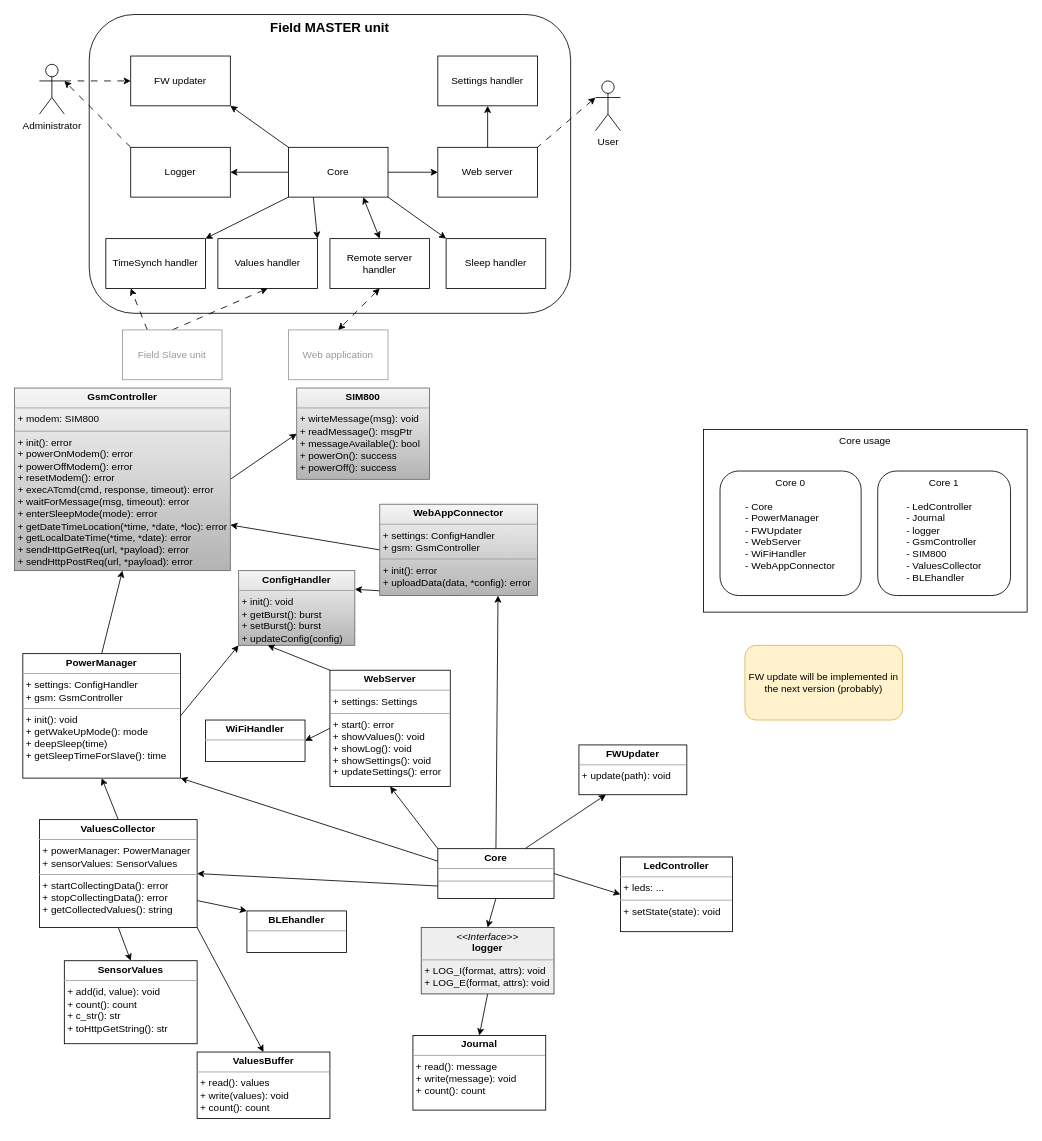
This is page "Master unit" (7 of 7) of docs/Apiary_charts_and_views.drawio from Barabas19/Apiary_system, a draw.io file, before an edit. Source tidied: cells renumbered, new cells numbered last; positions are measured from the earlier drawing's top-left corner, leaving out a move shared by most shapes. Both pictures are drawn from the tidied source at 83%, with x=0, y=0 at pixel (14, 14).
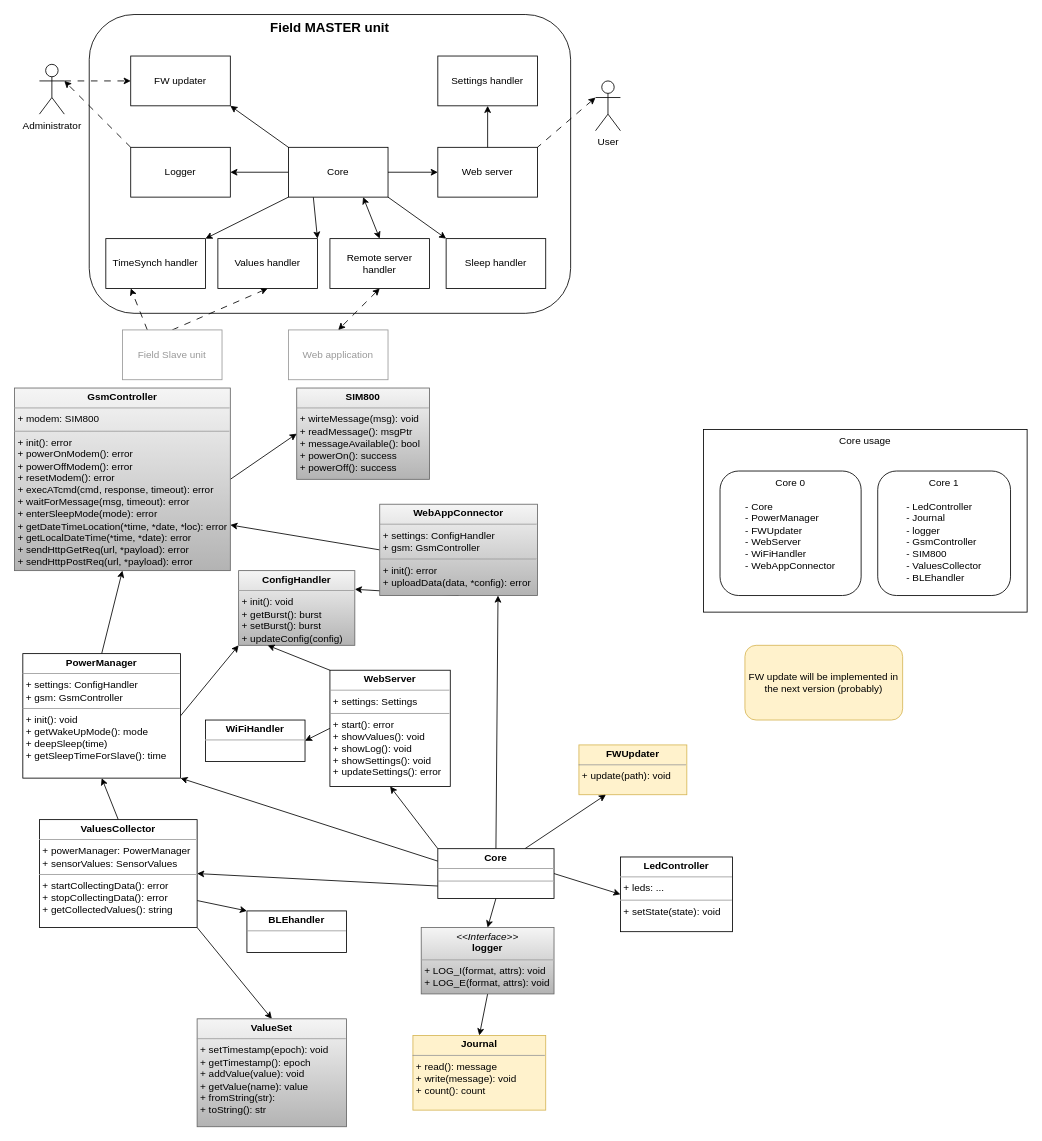
Above is the later version.

Commit message:
Update master unit design

Unchanged cells that the change refers to:
```xml
<mxCell id="46" value="&lt;p style=&quot;margin:0px;margin-top:4px;text-align:center;&quot;&gt;&lt;b style=&quot;border-color: var(--border-color);&quot;&gt;ValuesCollector&lt;/b&gt;&lt;br&gt;&lt;/p&gt;&lt;hr size=&quot;1&quot;&gt;&lt;p style=&quot;margin:0px;margin-left:4px;&quot;&gt;+ powerManager: PowerManager&lt;br&gt;&lt;/p&gt;&lt;p style=&quot;margin:0px;margin-left:4px;&quot;&gt;+ sensorValues: SensorValues&lt;/p&gt;&lt;hr size=&quot;1&quot;&gt;&lt;p style=&quot;border-color: var(--border-color); margin: 0px 0px 0px 4px;&quot;&gt;+ startCollectingData(): error&lt;/p&gt;&lt;p style=&quot;margin:0px;margin-left:4px;&quot;&gt;+ stopCollectingData(): error&lt;/p&gt;&lt;p style=&quot;margin:0px;margin-left:4px;&quot;&gt;&lt;span style=&quot;background-color: initial;&quot;&gt;+ getCollectedValues(): string&amp;nbsp;&lt;/span&gt;&lt;br&gt;&lt;/p&gt;" style="verticalAlign=top;align=left;overflow=fill;fontSize=12;fontFamily=Helvetica;html=1;whiteSpace=wrap;" parent="1" vertex="1">
  <mxGeometry x="30" y="970" width="190" height="130" as="geometry" />
</mxCell>
```

Change to the diagram source:
```diff
@@
-    <mxCell id="32" value="&lt;p style=&quot;margin:0px;margin-top:4px;text-align:center;&quot;&gt;&lt;i&gt;&amp;lt;&amp;lt;Interface&amp;gt;&amp;gt;&lt;/i&gt;&lt;br&gt;&lt;b&gt;logger&lt;/b&gt;&lt;/p&gt;&lt;hr size=&quot;1&quot;&gt;&lt;p style=&quot;border-color: var(--border-color); margin: 0px 0px 0px 4px;&quot;&gt;+ LOG_I(format, attrs): void&lt;/p&gt;&lt;p style=&quot;border-color: var(--border-color); margin: 0px 0px 0px 4px;&quot;&gt;+ LOG_E(format, attrs): void&lt;/p&gt;" style="verticalAlign=top;align=left;overflow=fill;fontSize=12;fontFamily=Helvetica;html=1;whiteSpace=wrap;fillColor=#eeeeee;strokeColor=#36393d;" parent="1" vertex="1">
+    <mxCell id="32" value="&lt;p style=&quot;margin:0px;margin-top:4px;text-align:center;&quot;&gt;&lt;i&gt;&amp;lt;&amp;lt;Interface&amp;gt;&amp;gt;&lt;/i&gt;&lt;br&gt;&lt;b&gt;logger&lt;/b&gt;&lt;/p&gt;&lt;hr size=&quot;1&quot;&gt;&lt;p style=&quot;border-color: var(--border-color); margin: 0px 0px 0px 4px;&quot;&gt;+ LOG_I(format, attrs): void&lt;/p&gt;&lt;p style=&quot;border-color: var(--border-color); margin: 0px 0px 0px 4px;&quot;&gt;+ LOG_E(format, attrs): void&lt;/p&gt;" style="verticalAlign=top;align=left;overflow=fill;fontSize=12;fontFamily=Helvetica;html=1;whiteSpace=wrap;fillColor=#f5f5f5;strokeColor=#666666;gradientColor=#b3b3b3;" parent="1" vertex="1">
       <mxGeometry x="490" y="1100" width="160" height="80" as="geometry" />
     </mxCell>
@@
-    <mxCell id="43" style="edgeStyle=none;rounded=0;jettySize=auto;html=1;exitX=0.5;exitY=1;exitDx=0;exitDy=0;entryX=0.5;entryY=0;entryDx=0;entryDy=0;" parent="1" edge="1" source="46" target="47">
-      <mxGeometry relative="1" as="geometry" />
-    </mxCell>
@@
-    <mxCell id="47" value="&lt;p style=&quot;margin:0px;margin-top:4px;text-align:center;&quot;&gt;&lt;b&gt;SensorValues&lt;/b&gt;&lt;/p&gt;&lt;hr size=&quot;1&quot;&gt;&lt;p style=&quot;margin:0px;margin-left:4px;&quot;&gt;&lt;/p&gt;&lt;p style=&quot;margin:0px;margin-left:4px;&quot;&gt;+ add(id, value): void&lt;/p&gt;&lt;p style=&quot;margin:0px;margin-left:4px;&quot;&gt;+ count(): count&lt;/p&gt;&lt;p style=&quot;margin:0px;margin-left:4px;&quot;&gt;+ c_str(): str&lt;/p&gt;&lt;p style=&quot;margin:0px;margin-left:4px;&quot;&gt;+ toHttpGetString(): str&amp;nbsp;&lt;/p&gt;" style="verticalAlign=top;align=left;overflow=fill;fontSize=12;fontFamily=Helvetica;html=1;whiteSpace=wrap;" parent="1" vertex="1">
-      <mxGeometry x="60" y="1140" width="160" height="100" as="geometry" />
-    </mxCell>
-    <mxCell id="48" value="&lt;p style=&quot;margin:0px;margin-top:4px;text-align:center;&quot;&gt;&lt;b&gt;FWUpdater&lt;/b&gt;&lt;/p&gt;&lt;hr size=&quot;1&quot;&gt;&lt;p style=&quot;margin:0px;margin-left:4px;&quot;&gt;&lt;/p&gt;&lt;p style=&quot;margin:0px;margin-left:4px;&quot;&gt;+ update(path): void&lt;/p&gt;" style="verticalAlign=top;align=left;overflow=fill;fontSize=12;fontFamily=Helvetica;html=1;whiteSpace=wrap;" parent="1" vertex="1">
+    <mxCell id="48" value="&lt;p style=&quot;margin:0px;margin-top:4px;text-align:center;&quot;&gt;&lt;b&gt;FWUpdater&lt;/b&gt;&lt;/p&gt;&lt;hr size=&quot;1&quot;&gt;&lt;p style=&quot;margin:0px;margin-left:4px;&quot;&gt;&lt;/p&gt;&lt;p style=&quot;margin:0px;margin-left:4px;&quot;&gt;+ update(path): void&lt;/p&gt;" style="verticalAlign=top;align=left;overflow=fill;fontSize=12;fontFamily=Helvetica;html=1;whiteSpace=wrap;fillColor=#fff2cc;strokeColor=#d6b656;" parent="1" vertex="1">
       <mxGeometry x="680" y="880" width="130" height="60" as="geometry" />
     </mxCell>
@@
-    <mxCell id="61" value="&lt;p style=&quot;margin:0px;margin-top:4px;text-align:center;&quot;&gt;&lt;b&gt;ValuesBuffer&lt;/b&gt;&lt;/p&gt;&lt;hr size=&quot;1&quot;&gt;&lt;p style=&quot;margin:0px;margin-left:4px;&quot;&gt;&lt;/p&gt;&lt;p style=&quot;margin:0px;margin-left:4px;&quot;&gt;+ read(): values&lt;/p&gt;&lt;p style=&quot;margin:0px;margin-left:4px;&quot;&gt;+ write(values): void&lt;/p&gt;&lt;p style=&quot;margin:0px;margin-left:4px;&quot;&gt;+ count(): count&lt;/p&gt;" style="verticalAlign=top;align=left;overflow=fill;fontSize=12;fontFamily=Helvetica;html=1;whiteSpace=wrap;" parent="1" vertex="1">
-      <mxGeometry x="220" y="1250" width="160" height="80" as="geometry" />
+    <mxCell id="61" value="&lt;p style=&quot;margin:0px;margin-top:4px;text-align:center;&quot;&gt;&lt;b&gt;ValueSet&lt;/b&gt;&lt;/p&gt;&lt;hr size=&quot;1&quot;&gt;&lt;p style=&quot;margin:0px;margin-left:4px;&quot;&gt;&lt;/p&gt;&lt;p style=&quot;margin:0px;margin-left:4px;&quot;&gt;+ setTimestamp(epoch): void&lt;/p&gt;&lt;p style=&quot;margin:0px;margin-left:4px;&quot;&gt;+ getTimestamp(): epoch&lt;/p&gt;&lt;p style=&quot;margin:0px;margin-left:4px;&quot;&gt;+ addValue(value): void&lt;/p&gt;&lt;p style=&quot;margin:0px;margin-left:4px;&quot;&gt;+ getValue(name): value&lt;/p&gt;&lt;p style=&quot;margin:0px;margin-left:4px;&quot;&gt;+ fromString(str):&lt;/p&gt;&lt;p style=&quot;margin:0px;margin-left:4px;&quot;&gt;+ toString(): str&lt;/p&gt;" style="verticalAlign=top;align=left;overflow=fill;fontSize=12;fontFamily=Helvetica;html=1;whiteSpace=wrap;fillColor=#f5f5f5;strokeColor=#666666;gradientColor=#b3b3b3;" parent="1" vertex="1">
+      <mxGeometry x="220" y="1210" width="180" height="130" as="geometry" />
     </mxCell>
-    <mxCell id="62" value="&lt;p style=&quot;margin:0px;margin-top:4px;text-align:center;&quot;&gt;&lt;b&gt;Journal&lt;/b&gt;&lt;/p&gt;&lt;hr size=&quot;1&quot;&gt;&lt;p style=&quot;margin:0px;margin-left:4px;&quot;&gt;&lt;/p&gt;&lt;p style=&quot;margin:0px;margin-left:4px;&quot;&gt;+ read(): message&lt;/p&gt;&lt;p style=&quot;margin:0px;margin-left:4px;&quot;&gt;+ write(message): void&lt;/p&gt;&lt;p style=&quot;margin:0px;margin-left:4px;&quot;&gt;+ count(): count&lt;/p&gt;" style="verticalAlign=top;align=left;overflow=fill;fontSize=12;fontFamily=Helvetica;html=1;whiteSpace=wrap;" parent="1" vertex="1">
+    <mxCell id="62" value="&lt;p style=&quot;margin:0px;margin-top:4px;text-align:center;&quot;&gt;&lt;b&gt;Journal&lt;/b&gt;&lt;/p&gt;&lt;hr size=&quot;1&quot;&gt;&lt;p style=&quot;margin:0px;margin-left:4px;&quot;&gt;&lt;/p&gt;&lt;p style=&quot;margin:0px;margin-left:4px;&quot;&gt;+ read(): message&lt;/p&gt;&lt;p style=&quot;margin:0px;margin-left:4px;&quot;&gt;+ write(message): void&lt;/p&gt;&lt;p style=&quot;margin:0px;margin-left:4px;&quot;&gt;+ count(): count&lt;/p&gt;" style="verticalAlign=top;align=left;overflow=fill;fontSize=12;fontFamily=Helvetica;html=1;whiteSpace=wrap;fillColor=#fff2cc;strokeColor=#d6b656;" parent="1" vertex="1">
       <mxGeometry x="480" y="1230" width="160" height="90" as="geometry" />
     </mxCell>
```
